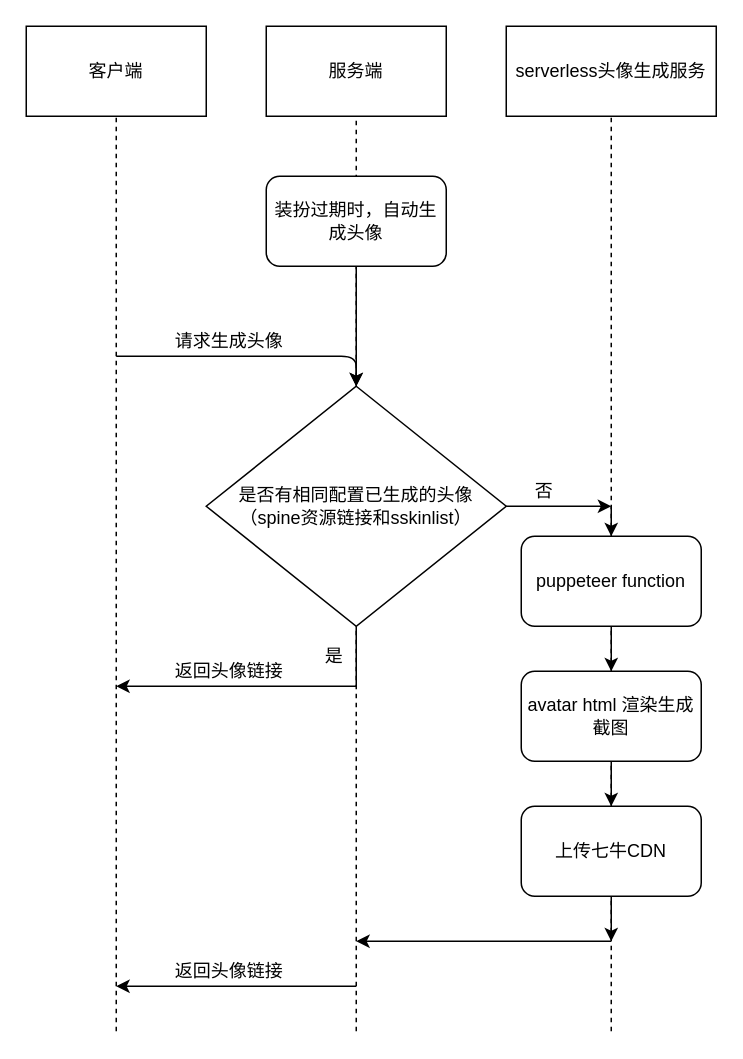
Above: Untitled Diagram.drawio in sunbinbin007/zero (draw.io), before the change. Source tidied: cells renumbered, new cells numbered last; positions are measured from the earlier drawing's top-left corner, leaving out a move shared by most shapes. Both pictures are drawn from the tidied source at 150%, with x=0, y=0 at pixel (26, 26).
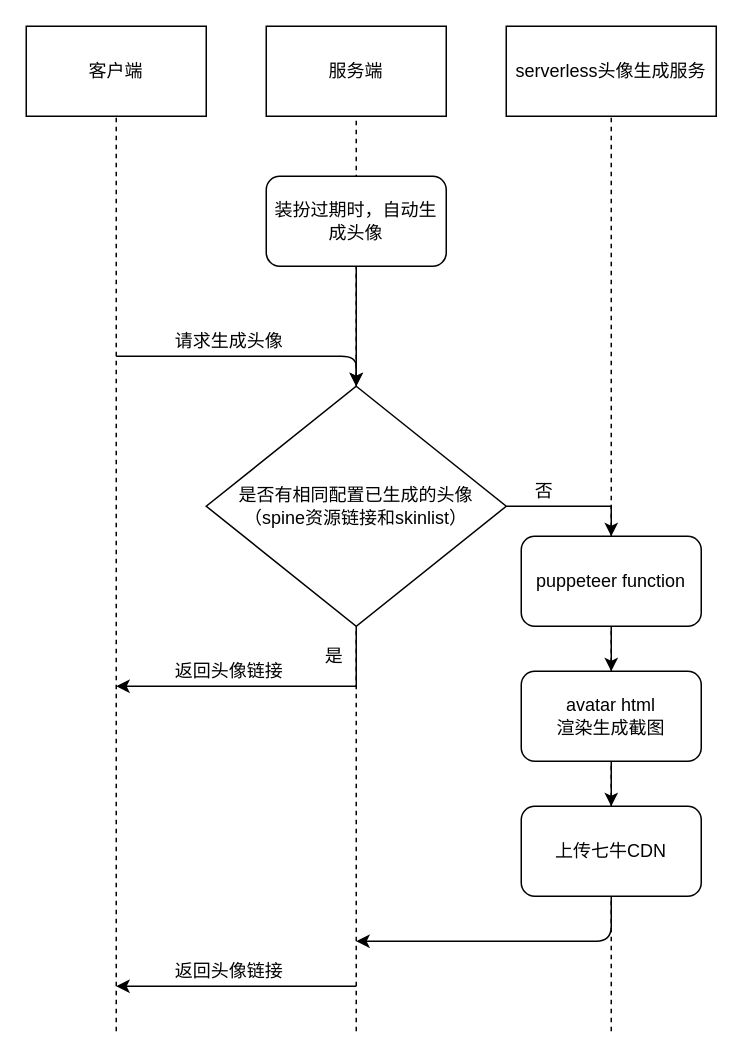
The same diagram, later.

Unchanged cells that the change refers to:
```xml
<mxCell id="20" value="puppeteer function" style="rounded=1;whiteSpace=wrap;html=1;" parent="1" vertex="1">
  <mxGeometry x="330" y="340" width="120" height="60" as="geometry" />
</mxCell>
<mxCell id="24" value="上传七牛CDN" style="rounded=1;whiteSpace=wrap;html=1;" parent="1" vertex="1">
  <mxGeometry x="330" y="520" width="120" height="60" as="geometry" />
</mxCell>
```

Diff of the diagram source:
```diff
@@
-    <mxCell id="10" style="edgeStyle=orthogonalEdgeStyle;rounded=0;jettySize=auto;html=1;exitX=1;exitY=0.5;exitDx=0;exitDy=0;" parent="1" edge="1" source="11">
+    <mxCell id="10" style="edgeStyle=orthogonalEdgeStyle;rounded=0;jettySize=auto;html=1;exitX=1;exitY=0.5;exitDx=0;exitDy=0;entryX=0.5;entryY=0;entryDx=0;entryDy=0;" parent="1" edge="1" source="11" target="20">
       <mxGeometry relative="1" as="geometry">
-        <mxPoint x="390" y="320" as="targetPoint" />
+        <Array as="points">
+          <mxPoint x="390" y="320" />
+        </Array>
       </mxGeometry>
     </mxCell>
-    <mxCell id="11" value="是否有相同配置已生成的头像&lt;br&gt;（spine资源链接和sskinlist）" style="rhombus;whiteSpace=wrap;html=1;" parent="1" vertex="1">
+    <mxCell id="11" value="是否有相同配置已生成的头像&lt;br&gt;（spine资源链接和skinlist）" style="rhombus;whiteSpace=wrap;html=1;" parent="1" vertex="1">
       <mxGeometry x="120" y="240" width="200" height="160" as="geometry" />
     </mxCell>
@@
-    <mxCell id="17" style="endArrow=classic;html=1;" parent="1" edge="1">
+    <mxCell id="17" style="endArrow=classic;html=1;exitX=0.5;exitY=1;exitDx=0;exitDy=0;" parent="1" edge="1" source="24">
       <mxGeometry relative="1" as="geometry">
-        <mxPoint x="390" y="610" as="sourcePoint" />
         <mxPoint x="220" y="610" as="targetPoint" />
         <Array as="points">
+          <mxPoint x="390" y="610" />
           <mxPoint x="300" y="610" />
         </Array>
       </mxGeometry>
     </mxCell>
@@
-    <mxCell id="22" value="avatar html 渲染生成截图" style="rounded=1;whiteSpace=wrap;html=1;" parent="1" vertex="1">
+    <mxCell id="22" value="avatar html &lt;br&gt;渲染生成截图" style="rounded=1;whiteSpace=wrap;html=1;" parent="1" vertex="1">
       <mxGeometry x="330" y="430" width="120" height="60" as="geometry" />
     </mxCell>
-    <mxCell id="23" style="edgeStyle=orthogonalEdgeStyle;rounded=0;jettySize=auto;html=1;exitX=0.5;exitY=1;exitDx=0;exitDy=0;" parent="1" edge="1" source="24">
-      <mxGeometry relative="1" as="geometry">
-        <mxPoint x="390" y="610" as="targetPoint" />
-      </mxGeometry>
-    </mxCell>
@@
-    <mxCell id="26" style="endArrow=classic;html=1;entryX=0.5;entryY=0;entryDx=0;entryDy=0;" parent="1" edge="1" target="20">
-      <mxGeometry relative="1" as="geometry">
-        <mxPoint x="390" y="320" as="sourcePoint" />
-      </mxGeometry>
-    </mxCell>
```
